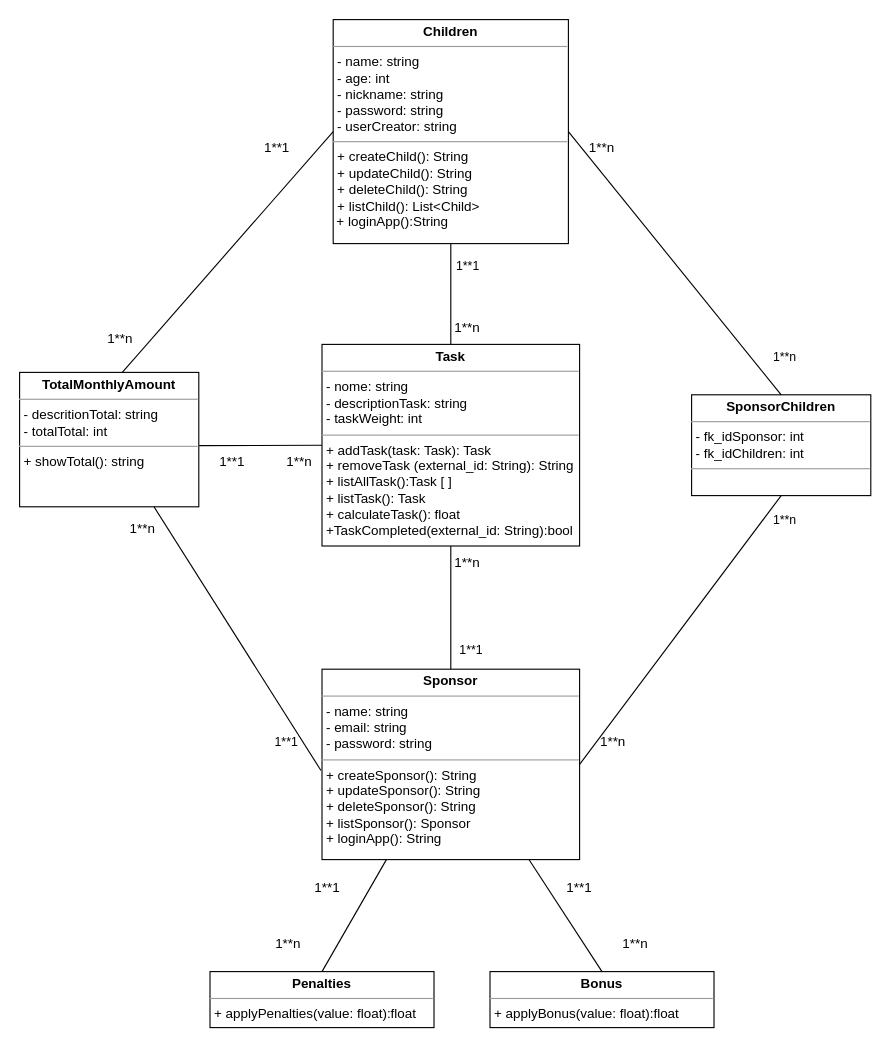
This is diagrama-de-classes/diagrama-de-classes.drawio from Matheus-Juliao/Projeto-Modelagem-De-Sistemas, a draw.io file, before an edit. Source tidied: cells renumbered, new cells numbered last; positions are measured from the earlier drawing's top-left corner, leaving out a move shared by most shapes. Both pictures are drawn from the tidied source at 112%, with x=0, y=0 at pixel (19, 19).
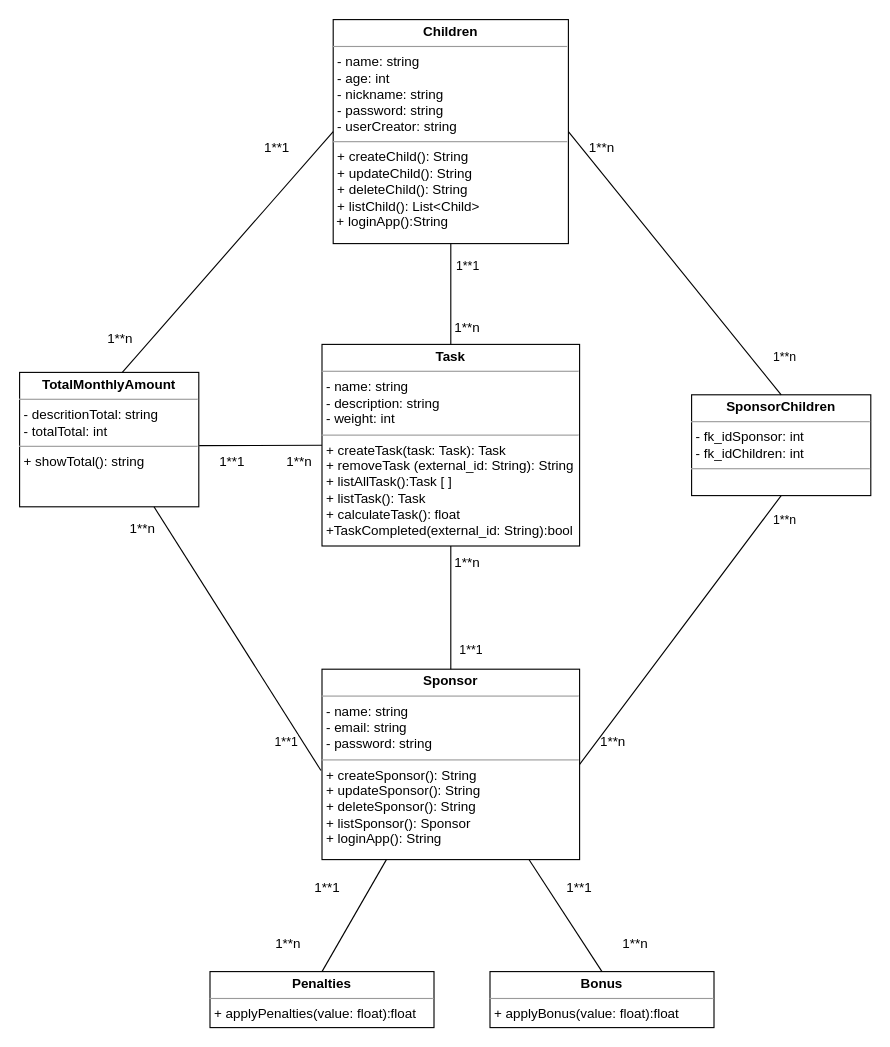
After the change.

The edit, as a diff of the source:
```diff
@@
-    <mxCell id="4" value="&lt;p style=&quot;margin:0px;margin-top:4px;text-align:center;&quot;&gt;&lt;b&gt;Task&lt;/b&gt;&lt;/p&gt;&lt;hr size=&quot;1&quot;&gt;&lt;p style=&quot;margin:0px;margin-left:4px;&quot;&gt;- nome: string&lt;/p&gt;&lt;p style=&quot;margin:0px;margin-left:4px;&quot;&gt;- descriptionTask: string&lt;span style=&quot;background-color: initial;&quot;&gt;&lt;br&gt;&lt;/span&gt;&lt;/p&gt;&lt;p style=&quot;margin:0px;margin-left:4px;&quot;&gt;&lt;span style=&quot;background-color: initial;&quot;&gt;- taskWeight: int&lt;/span&gt;&lt;/p&gt;&lt;hr style=&quot;border-color: var(--border-color);&quot; size=&quot;1&quot;&gt;&lt;p style=&quot;border-color: var(--border-color); margin: 0px 0px 0px 4px;&quot;&gt;+ addTask(task: Task): Task&lt;/p&gt;&lt;p style=&quot;border-color: var(--border-color); margin: 0px 0px 0px 4px;&quot;&gt;+ removeTask (external_id: String): String&lt;/p&gt;&lt;p style=&quot;border-color: var(--border-color); margin: 0px 0px 0px 4px;&quot;&gt;+ listAllTask():Task [ ]&lt;/p&gt;&lt;p style=&quot;border-color: var(--border-color); margin: 0px 0px 0px 4px;&quot;&gt;+ listTask(): Task&lt;/p&gt;&lt;p style=&quot;border-color: var(--border-color); margin: 0px 0px 0px 4px;&quot;&gt;+ calculateTask(): float&lt;br&gt;&lt;/p&gt;&lt;p style=&quot;border-color: var(--border-color); margin: 0px 0px 0px 4px;&quot;&gt;+TaskCompleted(external_id: String):bool&lt;/p&gt;" style="verticalAlign=top;align=left;overflow=fill;fontSize=12;fontFamily=Helvetica;html=1;whiteSpace=wrap;" parent="1" vertex="1">
+    <mxCell id="4" value="&lt;p style=&quot;margin:0px;margin-top:4px;text-align:center;&quot;&gt;&lt;b&gt;Task&lt;/b&gt;&lt;/p&gt;&lt;hr size=&quot;1&quot;&gt;&lt;p style=&quot;margin:0px;margin-left:4px;&quot;&gt;- name: string&lt;/p&gt;&lt;p style=&quot;margin:0px;margin-left:4px;&quot;&gt;- description: string&lt;span style=&quot;background-color: initial;&quot;&gt;&lt;br&gt;&lt;/span&gt;&lt;/p&gt;&lt;p style=&quot;margin:0px;margin-left:4px;&quot;&gt;&lt;span style=&quot;background-color: initial;&quot;&gt;- weight: int&lt;/span&gt;&lt;/p&gt;&lt;hr style=&quot;border-color: var(--border-color);&quot; size=&quot;1&quot;&gt;&lt;p style=&quot;border-color: var(--border-color); margin: 0px 0px 0px 4px;&quot;&gt;+ createTask(task: Task): Task&lt;/p&gt;&lt;p style=&quot;border-color: var(--border-color); margin: 0px 0px 0px 4px;&quot;&gt;+ removeTask (external_id: String): String&lt;/p&gt;&lt;p style=&quot;border-color: var(--border-color); margin: 0px 0px 0px 4px;&quot;&gt;+ listAllTask():Task [ ]&lt;/p&gt;&lt;p style=&quot;border-color: var(--border-color); margin: 0px 0px 0px 4px;&quot;&gt;+ listTask(): Task&lt;/p&gt;&lt;p style=&quot;border-color: var(--border-color); margin: 0px 0px 0px 4px;&quot;&gt;+ calculateTask(): float&lt;br&gt;&lt;/p&gt;&lt;p style=&quot;border-color: var(--border-color); margin: 0px 0px 0px 4px;&quot;&gt;+TaskCompleted(external_id: String):bool&lt;/p&gt;" style="verticalAlign=top;align=left;overflow=fill;fontSize=12;fontFamily=Helvetica;html=1;whiteSpace=wrap;" parent="1" vertex="1">
       <mxGeometry x="270" y="290" width="230" height="180" as="geometry" />
     </mxCell>
```
